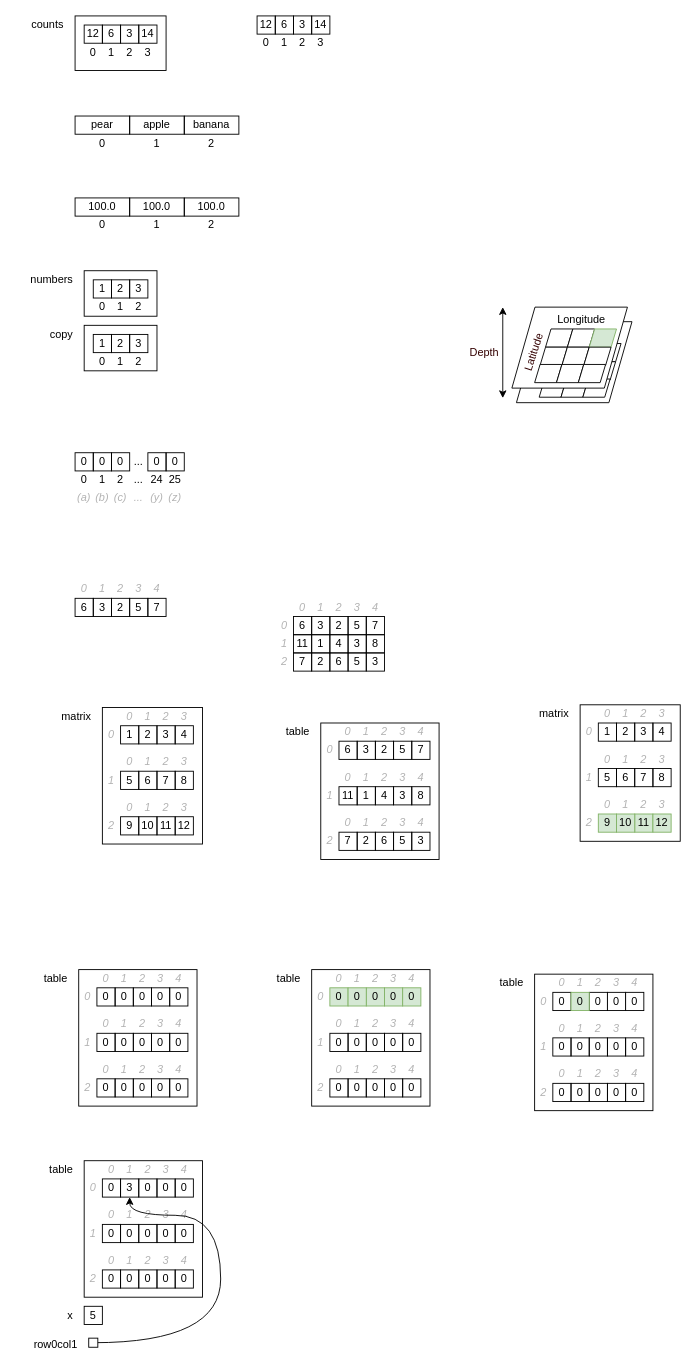
Before: page "Page-1" (1 of 4) of external/images/vectors.drawio in ascholerChemeketa/welcomeprogramming, a draw.io diagram. Source tidied: cells renumbered, new cells numbered last; positions are measured from the earlier drawing's top-left corner, leaving out a move shared by most shapes. Both pictures are drawn from the tidied source at 91%, with x=0, y=0 at pixel (15, 15).
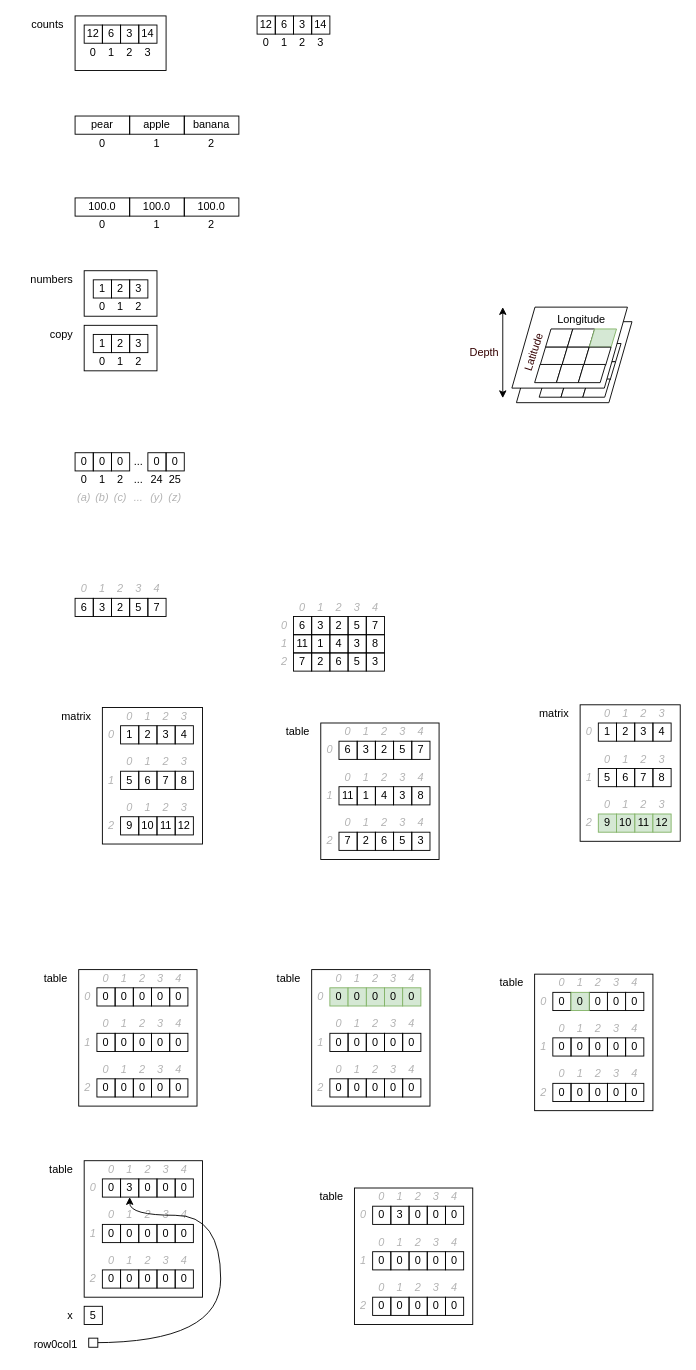
The same page after the edit.

Commit message:
Vector drawings master update

The edit, as a diff of the source:
```diff
@@
+    <mxCell id="491" style="rounded=0;whiteSpace=wrap;html=1;fillColor=none;" parent="1" vertex="1">
+      <mxGeometry x="372" y="1288" width="130" height="150" as="geometry" />
+    </mxCell>
+    <mxCell id="492" style="group;fillColor=none;" parent="1" vertex="1">
+      <mxGeometry x="392" y="1308" width="100" height="40" as="geometry" />
+    </mxCell>
+    <mxCell id="493" style="group;fillColor=none;" parent="492" vertex="1">
+      <mxGeometry width="100" height="40" as="geometry" />
+    </mxCell>
+    <mxCell id="494" value="0" style="rounded=0;whiteSpace=wrap;html=1;fillColor=none;" parent="493" vertex="1">
+      <mxGeometry width="20" height="20" as="geometry" />
+    </mxCell>
+    <mxCell id="495" style="group;fillColor=none;" parent="1" vertex="1">
+      <mxGeometry x="432" y="1308" width="20" height="40" as="geometry" />
+    </mxCell>
+    <mxCell id="496" style="group;fillColor=none;" parent="495" vertex="1">
+      <mxGeometry width="20" height="40" as="geometry" />
+    </mxCell>
+    <mxCell id="497" value="0" style="rounded=0;whiteSpace=wrap;html=1;fillColor=none;" parent="496" vertex="1">
+      <mxGeometry width="20" height="20" as="geometry" />
+    </mxCell>
+    <mxCell id="498" style="group;" parent="1" vertex="1">
+      <mxGeometry x="412" y="1308" width="20" height="40" as="geometry" />
+    </mxCell>
+    <mxCell id="499" value="3" style="rounded=0;whiteSpace=wrap;html=1;fillColor=none;" parent="498" vertex="1">
+      <mxGeometry width="20" height="20" as="geometry" />
+    </mxCell>
+    <mxCell id="500" style="group;fillColor=none;" parent="1" vertex="1">
+      <mxGeometry x="452" y="1308" width="20" height="40" as="geometry" />
+    </mxCell>
+    <mxCell id="501" style="group;fillColor=none;" parent="500" vertex="1">
+      <mxGeometry width="20" height="40" as="geometry" />
+    </mxCell>
+    <mxCell id="502" value="0" style="rounded=0;whiteSpace=wrap;html=1;fillColor=none;" parent="501" vertex="1">
+      <mxGeometry width="20" height="20" as="geometry" />
+    </mxCell>
+    <mxCell id="503" style="group;fillColor=none;" parent="1" vertex="1">
+      <mxGeometry x="472" y="1308" width="20" height="40" as="geometry" />
+    </mxCell>
+    <mxCell id="504" style="group;fillColor=none;" parent="503" vertex="1">
+      <mxGeometry width="20" height="40" as="geometry" />
+    </mxCell>
+    <mxCell id="505" value="0" style="rounded=0;whiteSpace=wrap;html=1;fillColor=none;" parent="504" vertex="1">
+      <mxGeometry width="20" height="20" as="geometry" />
+    </mxCell>
+    <mxCell id="506" value="0" style="text;html=1;strokeColor=none;fillColor=none;align=center;verticalAlign=middle;whiteSpace=wrap;rounded=0;fontColor=#B3B3B3;fontStyle=2;" parent="1" vertex="1">
+      <mxGeometry x="392" y="1288" width="20" height="20" as="geometry" />
+    </mxCell>
+    <mxCell id="507" value="2" style="text;html=1;strokeColor=none;fillColor=none;align=center;verticalAlign=middle;whiteSpace=wrap;rounded=0;fontColor=#B3B3B3;fontStyle=2;" parent="1" vertex="1">
+      <mxGeometry x="432" y="1288" width="20" height="20" as="geometry" />
+    </mxCell>
+    <mxCell id="508" value="1" style="text;html=1;strokeColor=none;fillColor=none;align=center;verticalAlign=middle;whiteSpace=wrap;rounded=0;fontColor=#B3B3B3;fontStyle=2;" parent="1" vertex="1">
+      <mxGeometry x="412" y="1288" width="20" height="20" as="geometry" />
+    </mxCell>
+    <mxCell id="509" value="3" style="text;html=1;strokeColor=none;fillColor=none;align=center;verticalAlign=middle;whiteSpace=wrap;rounded=0;fontColor=#B3B3B3;fontStyle=2;" parent="1" vertex="1">
+      <mxGeometry x="452" y="1288" width="20" height="20" as="geometry" />
+    </mxCell>
+    <mxCell id="510" value="4" style="text;html=1;strokeColor=none;fillColor=none;align=center;verticalAlign=middle;whiteSpace=wrap;rounded=0;fontColor=#B3B3B3;fontStyle=2;" parent="1" vertex="1">
+      <mxGeometry x="472" y="1288" width="20" height="20" as="geometry" />
+    </mxCell>
+    <mxCell id="511" value="0" style="text;html=1;strokeColor=none;fillColor=none;align=center;verticalAlign=middle;whiteSpace=wrap;rounded=0;fontColor=#B3B3B3;fontStyle=2;" parent="1" vertex="1">
+      <mxGeometry x="372" y="1308" width="20" height="20" as="geometry" />
+    </mxCell>
+    <mxCell id="512" value="0" style="text;html=1;strokeColor=none;fillColor=none;align=center;verticalAlign=middle;whiteSpace=wrap;rounded=0;fontColor=#B3B3B3;fontStyle=2;" parent="1" vertex="1">
+      <mxGeometry x="392" y="1338" width="20" height="20" as="geometry" />
+    </mxCell>
+    <mxCell id="513" value="2" style="text;html=1;strokeColor=none;fillColor=none;align=center;verticalAlign=middle;whiteSpace=wrap;rounded=0;fontColor=#B3B3B3;fontStyle=2;" parent="1" vertex="1">
+      <mxGeometry x="432" y="1338" width="20" height="20" as="geometry" />
+    </mxCell>
+    <mxCell id="514" value="1" style="text;html=1;strokeColor=none;fillColor=none;align=center;verticalAlign=middle;whiteSpace=wrap;rounded=0;fontColor=#B3B3B3;fontStyle=2;" parent="1" vertex="1">
+      <mxGeometry x="412" y="1338" width="20" height="20" as="geometry" />
+    </mxCell>
+    <mxCell id="515" value="3" style="text;html=1;strokeColor=none;fillColor=none;align=center;verticalAlign=middle;whiteSpace=wrap;rounded=0;fontColor=#B3B3B3;fontStyle=2;" parent="1" vertex="1">
+      <mxGeometry x="452" y="1338" width="20" height="20" as="geometry" />
+    </mxCell>
+    <mxCell id="516" value="4" style="text;html=1;strokeColor=none;fillColor=none;align=center;verticalAlign=middle;whiteSpace=wrap;rounded=0;fontColor=#B3B3B3;fontStyle=2;" parent="1" vertex="1">
+      <mxGeometry x="472" y="1338" width="20" height="20" as="geometry" />
+    </mxCell>
+    <mxCell id="517" value="0" style="rounded=0;whiteSpace=wrap;html=1;fillColor=none;" parent="1" vertex="1">
+      <mxGeometry x="392" y="1358" width="20" height="20" as="geometry" />
+    </mxCell>
+    <mxCell id="518" value="0" style="rounded=0;whiteSpace=wrap;html=1;fillColor=none;" parent="1" vertex="1">
+      <mxGeometry x="432" y="1358" width="20" height="20" as="geometry" />
+    </mxCell>
+    <mxCell id="519" value="0" style="rounded=0;whiteSpace=wrap;html=1;fillColor=none;" parent="1" vertex="1">
+      <mxGeometry x="412" y="1358" width="20" height="20" as="geometry" />
+    </mxCell>
+    <mxCell id="520" value="0" style="rounded=0;whiteSpace=wrap;html=1;fillColor=none;" parent="1" vertex="1">
+      <mxGeometry x="452" y="1358" width="20" height="20" as="geometry" />
+    </mxCell>
+    <mxCell id="521" value="0" style="rounded=0;whiteSpace=wrap;html=1;fillColor=none;" parent="1" vertex="1">
+      <mxGeometry x="472" y="1358" width="20" height="20" as="geometry" />
+    </mxCell>
+    <mxCell id="522" value="0" style="rounded=0;whiteSpace=wrap;html=1;fillColor=none;" parent="1" vertex="1">
+      <mxGeometry x="392" y="1408" width="20" height="20" as="geometry" />
+    </mxCell>
+    <mxCell id="523" value="0" style="rounded=0;whiteSpace=wrap;html=1;fillColor=none;" parent="1" vertex="1">
+      <mxGeometry x="432" y="1408" width="20" height="20" as="geometry" />
+    </mxCell>
+    <mxCell id="524" value="0" style="rounded=0;whiteSpace=wrap;html=1;fillColor=none;" parent="1" vertex="1">
+      <mxGeometry x="412" y="1408" width="20" height="20" as="geometry" />
+    </mxCell>
+    <mxCell id="525" value="0" style="rounded=0;whiteSpace=wrap;html=1;fillColor=none;" parent="1" vertex="1">
+      <mxGeometry x="452" y="1408" width="20" height="20" as="geometry" />
+    </mxCell>
+    <mxCell id="526" value="0" style="rounded=0;whiteSpace=wrap;html=1;fillColor=none;" parent="1" vertex="1">
+      <mxGeometry x="472" y="1408" width="20" height="20" as="geometry" />
+    </mxCell>
+    <mxCell id="527" value="1" style="text;html=1;strokeColor=none;fillColor=none;align=center;verticalAlign=middle;whiteSpace=wrap;rounded=0;fontColor=#B3B3B3;fontStyle=2;" parent="1" vertex="1">
+      <mxGeometry x="372" y="1358" width="20" height="20" as="geometry" />
+    </mxCell>
+    <mxCell id="528" value="2" style="text;html=1;strokeColor=none;fillColor=none;align=center;verticalAlign=middle;whiteSpace=wrap;rounded=0;fontColor=#B3B3B3;fontStyle=2;" parent="1" vertex="1">
+      <mxGeometry x="372" y="1408" width="20" height="20" as="geometry" />
+    </mxCell>
+    <mxCell id="529" value="0" style="text;html=1;strokeColor=none;fillColor=none;align=center;verticalAlign=middle;whiteSpace=wrap;rounded=0;fontColor=#B3B3B3;fontStyle=2;" parent="1" vertex="1">
+      <mxGeometry x="392" y="1388" width="20" height="20" as="geometry" />
+    </mxCell>
+    <mxCell id="530" value="2" style="text;html=1;strokeColor=none;fillColor=none;align=center;verticalAlign=middle;whiteSpace=wrap;rounded=0;fontColor=#B3B3B3;fontStyle=2;" parent="1" vertex="1">
+      <mxGeometry x="432" y="1388" width="20" height="20" as="geometry" />
+    </mxCell>
+    <mxCell id="531" value="1" style="text;html=1;strokeColor=none;fillColor=none;align=center;verticalAlign=middle;whiteSpace=wrap;rounded=0;fontColor=#B3B3B3;fontStyle=2;" parent="1" vertex="1">
+      <mxGeometry x="412" y="1388" width="20" height="20" as="geometry" />
+    </mxCell>
+    <mxCell id="532" value="3" style="text;html=1;strokeColor=none;fillColor=none;align=center;verticalAlign=middle;whiteSpace=wrap;rounded=0;fontColor=#B3B3B3;fontStyle=2;" parent="1" vertex="1">
+      <mxGeometry x="452" y="1388" width="20" height="20" as="geometry" />
+    </mxCell>
+    <mxCell id="533" value="4" style="text;html=1;strokeColor=none;fillColor=none;align=center;verticalAlign=middle;whiteSpace=wrap;rounded=0;fontColor=#B3B3B3;fontStyle=2;" parent="1" vertex="1">
+      <mxGeometry x="472" y="1388" width="20" height="20" as="geometry" />
+    </mxCell>
+    <mxCell id="534" value="table" style="text;html=1;strokeColor=none;fillColor=none;align=right;verticalAlign=middle;whiteSpace=wrap;rounded=0;" parent="1" vertex="1">
+      <mxGeometry x="322" y="1288" width="40" height="20" as="geometry" />
+    </mxCell>
```
